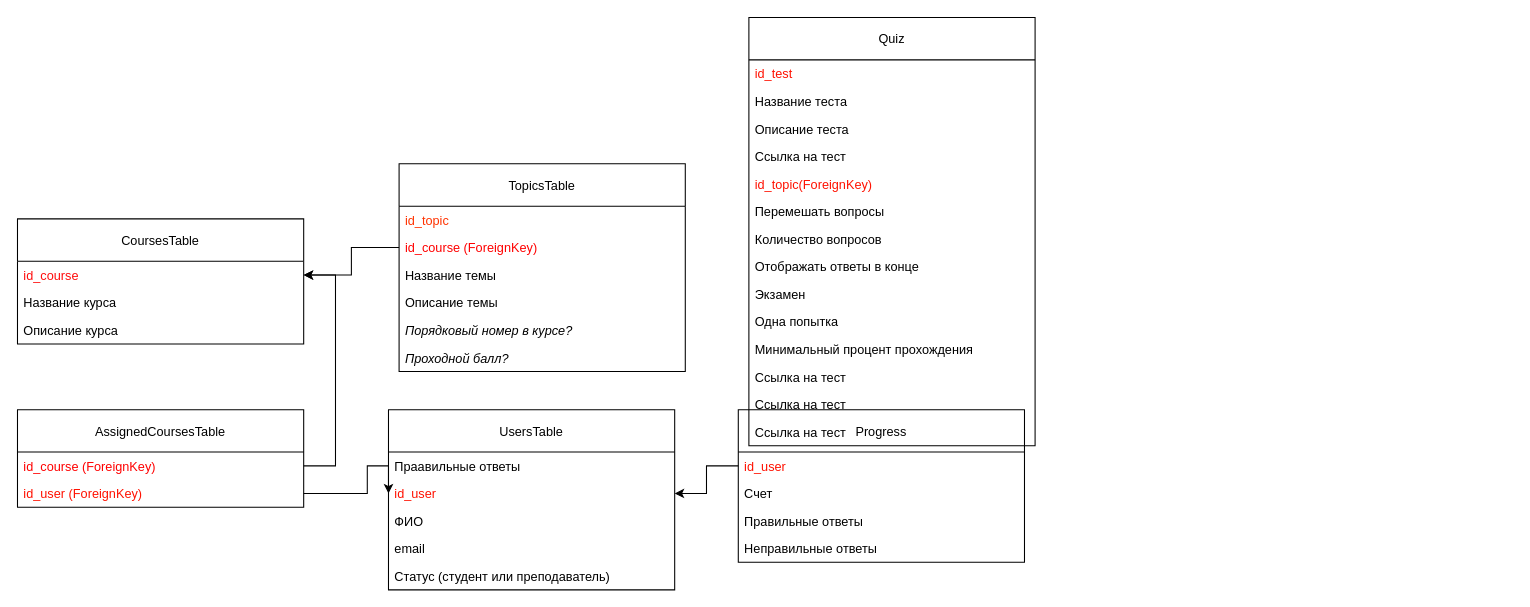
The draw.io diagram page "DB v.4" (6 of 8) of UML.drawio in FaridunSalimzoda/myvkr, before the edit. Source tidied: cells renumbered, new cells numbered last; positions are measured from the earlier drawing's top-left corner, leaving out a move shared by most shapes. Both pictures are drawn from the tidied source at 106%, with x=0, y=0 at pixel (17, 17).
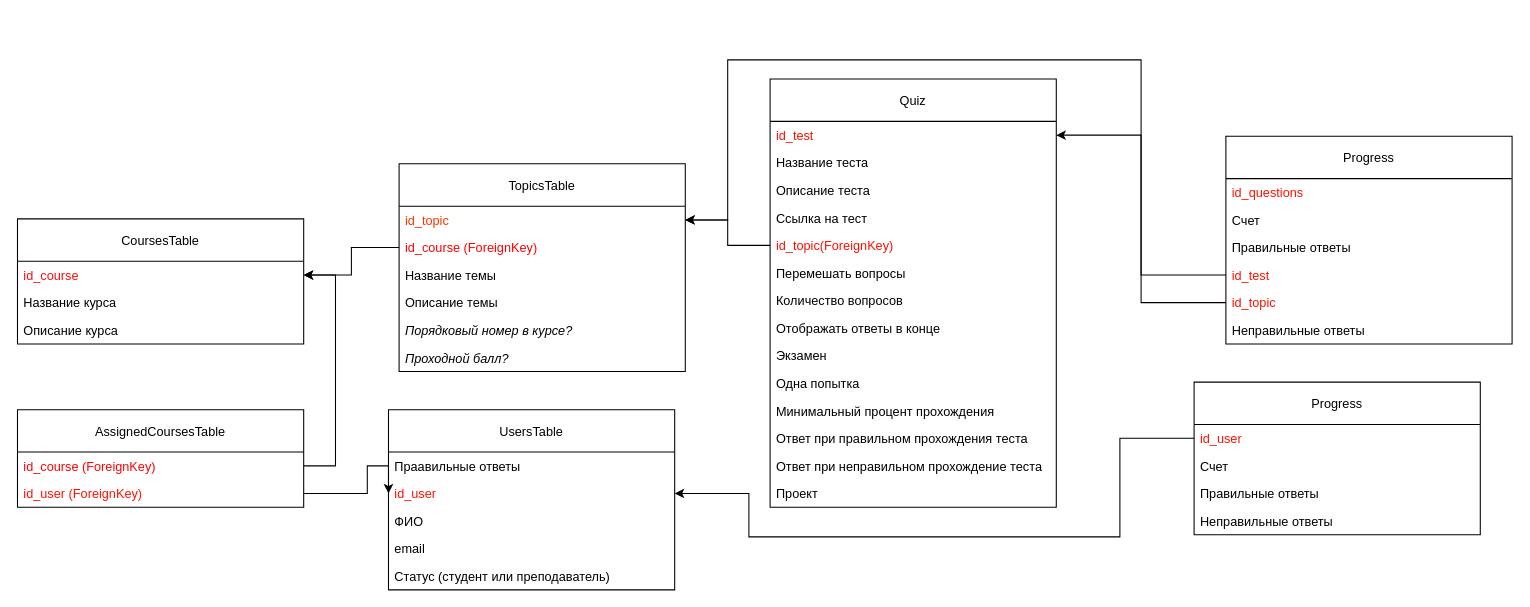
The same diagram, later.

Unchanged cells that the change refers to:
```xml
<mxCell id="7" value="id_topic" style="text;strokeColor=none;fillColor=none;align=left;verticalAlign=top;spacingLeft=4;spacingRight=4;overflow=hidden;points=[[0,0.5],[1,0.5]];portConstraint=eastwest;fontColor=#FF3300;" parent="6" vertex="1">
  <mxGeometry y="40" width="270" height="26" as="geometry" />
</mxCell>
<mxCell id="15" value="id_user" style="text;strokeColor=none;fillColor=none;align=left;verticalAlign=top;spacingLeft=4;spacingRight=4;overflow=hidden;points=[[0,0.5],[1,0.5]];portConstraint=eastwest;fontColor=#FF1100;" parent="13" vertex="1">
  <mxGeometry y="66" width="270" height="26" as="geometry" />
</mxCell>
<mxCell id="26" value="id_user" style="text;strokeColor=none;fillColor=none;align=left;verticalAlign=top;spacingLeft=4;spacingRight=4;overflow=hidden;points=[[0,0.5],[1,0.5]];portConstraint=eastwest;fontColor=#FF1100;" parent="25" vertex="1">
  <mxGeometry y="40" width="270" height="26" as="geometry" />
</mxCell>
<mxCell id="32" value="id_test" style="text;strokeColor=none;fillColor=none;align=left;verticalAlign=top;spacingLeft=4;spacingRight=4;overflow=hidden;points=[[0,0.5],[1,0.5]];portConstraint=eastwest;fontColor=#FF1100;" parent="31" vertex="1">
  <mxGeometry y="40" width="270" height="26" as="geometry" />
</mxCell>
<mxCell id="36" value="id_topic(ForeignKey)" style="text;strokeColor=none;fillColor=none;align=left;verticalAlign=top;spacingLeft=4;spacingRight=4;overflow=hidden;points=[[0,0.5],[1,0.5]];portConstraint=eastwest;fontColor=#FF1100;" parent="31" vertex="1">
  <mxGeometry y="144" width="270" height="26" as="geometry" />
</mxCell>
```

What changed in the source:
```diff
@@
     <mxCell id="25" value="Progress" style="swimlane;fontStyle=0;horizontal=1;startSize=40;fillColor=none;" parent="1" vertex="1">
-      <mxGeometry x="680" y="370" width="270" height="144" as="geometry" />
+      <mxGeometry x="1110" y="344" width="270" height="144" as="geometry" />
     </mxCell>
@@
     <mxCell id="30" style="edgeStyle=orthogonalEdgeStyle;rounded=0;jettySize=auto;html=1;exitX=0;exitY=0.5;exitDx=0;exitDy=0;entryX=1;entryY=0.5;entryDx=0;entryDy=0;" parent="1" edge="1" source="26" target="15">
-      <mxGeometry relative="1" as="geometry" />
+      <mxGeometry relative="1" as="geometry">
+        <Array as="points">
+          <mxPoint x="1040" y="397" />
+          <mxPoint x="1040" y="490" />
+          <mxPoint x="690" y="490" />
+          <mxPoint x="690" y="449" />
+        </Array>
+      </mxGeometry>
     </mxCell>
     <mxCell id="31" value="Quiz" style="swimlane;fontStyle=0;horizontal=1;startSize=40;fillColor=none;" parent="1" vertex="1">
-      <mxGeometry x="690" width="270" height="404" as="geometry" />
+      <mxGeometry x="710" y="58" width="270" height="404" as="geometry" />
     </mxCell>
@@
-    <mxCell id="43" value="Ссылка на тест " style="text;strokeColor=none;fillColor=none;align=left;verticalAlign=top;spacingLeft=4;spacingRight=4;overflow=hidden;" parent="31" vertex="1">
+    <mxCell id="43" value="Ответ при правильном прохождения теста" style="text;strokeColor=none;fillColor=none;align=left;verticalAlign=top;spacingLeft=4;spacingRight=4;overflow=hidden;" parent="31" vertex="1">
       <mxGeometry y="326" width="270" height="26" as="geometry" />
     </mxCell>
-    <mxCell id="44" value="Ссылка на тест " style="text;strokeColor=none;fillColor=none;align=left;verticalAlign=top;spacingLeft=4;spacingRight=4;overflow=hidden;" parent="31" vertex="1">
+    <mxCell id="44" value="Ответ при неправильном прохождение теста" style="text;strokeColor=none;fillColor=none;align=left;verticalAlign=top;spacingLeft=4;spacingRight=4;overflow=hidden;" parent="31" vertex="1">
       <mxGeometry y="352" width="270" height="26" as="geometry" />
     </mxCell>
-    <mxCell id="45" value="Ссылка на тест " style="text;strokeColor=none;fillColor=none;align=left;verticalAlign=top;spacingLeft=4;spacingRight=4;overflow=hidden;" parent="31" vertex="1">
+    <mxCell id="45" value="Проект" style="text;strokeColor=none;fillColor=none;align=left;verticalAlign=top;spacingLeft=4;spacingRight=4;overflow=hidden;" parent="31" vertex="1">
       <mxGeometry y="378" width="270" height="26" as="geometry" />
     </mxCell>
+    <mxCell id="46" style="edgeStyle=orthogonalEdgeStyle;rounded=0;jettySize=auto;html=1;exitX=0;exitY=0.5;exitDx=0;exitDy=0;" parent="1" edge="1" source="36" target="7">
+      <mxGeometry relative="1" as="geometry" />
+    </mxCell>
+    <mxCell id="47" value="Progress" style="swimlane;fontStyle=0;horizontal=1;startSize=40;fillColor=none;" parent="1" vertex="1">
+      <mxGeometry x="1140" y="112" width="270" height="196" as="geometry" />
+    </mxCell>
+    <mxCell id="48" value="id_questions    " style="text;strokeColor=none;fillColor=none;align=left;verticalAlign=top;spacingLeft=4;spacingRight=4;overflow=hidden;fontColor=#FF1100;" parent="47" vertex="1">
+      <mxGeometry y="40" width="270" height="26" as="geometry" />
+    </mxCell>
+    <mxCell id="49" value="Счет" style="text;strokeColor=none;fillColor=none;align=left;verticalAlign=top;spacingLeft=4;spacingRight=4;overflow=hidden;" parent="47" vertex="1">
+      <mxGeometry y="66" width="270" height="26" as="geometry" />
+    </mxCell>
+    <mxCell id="50" value="Правильные ответы" style="text;strokeColor=none;fillColor=none;align=left;verticalAlign=top;spacingLeft=4;spacingRight=4;overflow=hidden;" parent="47" vertex="1">
+      <mxGeometry y="92" width="270" height="26" as="geometry" />
+    </mxCell>
+    <mxCell id="51" value="id_test" style="text;strokeColor=none;fillColor=none;align=left;verticalAlign=top;spacingLeft=4;spacingRight=4;overflow=hidden;points=[[0,0.5],[1,0.5]];portConstraint=eastwest;fontColor=#FF1100;" parent="47" vertex="1">
+      <mxGeometry y="118" width="270" height="26" as="geometry" />
+    </mxCell>
+    <mxCell id="52" value="id_topic" style="text;strokeColor=none;fillColor=none;align=left;verticalAlign=top;spacingLeft=4;spacingRight=4;overflow=hidden;points=[[0,0.5],[1,0.5]];portConstraint=eastwest;fontColor=#FF1100;" parent="47" vertex="1">
+      <mxGeometry y="144" width="270" height="26" as="geometry" />
+    </mxCell>
+    <mxCell id="53" value="Неправильные ответы" style="text;strokeColor=none;fillColor=none;align=left;verticalAlign=top;spacingLeft=4;spacingRight=4;overflow=hidden;" parent="47" vertex="1">
+      <mxGeometry y="170" width="270" height="26" as="geometry" />
+    </mxCell>
+    <mxCell id="54" style="edgeStyle=orthogonalEdgeStyle;rounded=0;jettySize=auto;html=1;exitX=0;exitY=0.5;exitDx=0;exitDy=0;entryX=1;entryY=0.5;entryDx=0;entryDy=0;" parent="1" edge="1" source="52" target="7">
+      <mxGeometry relative="1" as="geometry">
+        <Array as="points">
+          <mxPoint x="1060" y="269" />
+          <mxPoint x="1060" y="40" />
+          <mxPoint x="670" y="40" />
+          <mxPoint x="670" y="191" />
+        </Array>
+      </mxGeometry>
+    </mxCell>
+    <mxCell id="55" style="edgeStyle=orthogonalEdgeStyle;rounded=0;jettySize=auto;html=1;entryX=1;entryY=0.5;entryDx=0;entryDy=0;" parent="1" edge="1" source="51" target="32">
+      <mxGeometry relative="1" as="geometry" />
+    </mxCell>
```
